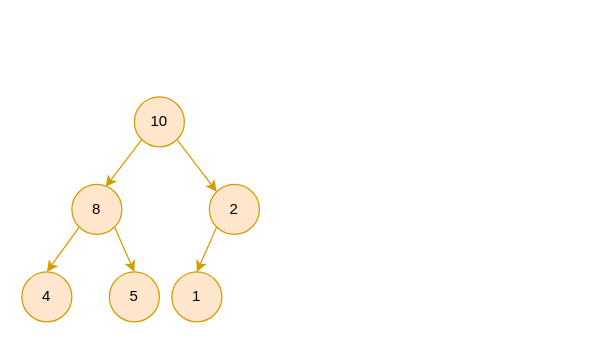
This is algorithm/堆.drawio from erlieStar/diagrams, a draw.io file, before an edit. Source tidied: cells renumbered, new cells numbered last; positions are measured from the earlier drawing's top-left corner, leaving out a move shared by most shapes. Both pictures are drawn from the tidied source at 125%, with x=0, y=0 at pixel (21, 96).
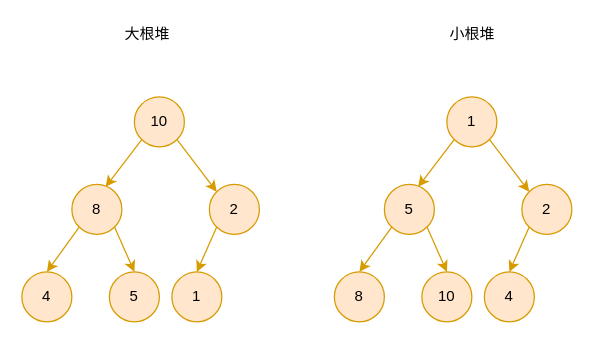
The same diagram, later.

The edit, as a diff of the source:
```diff
@@
+    <mxCell id="13" value="大根堆" style="text;html=1;align=center;verticalAlign=middle;strokeColor=none;" parent="1" vertex="1">
+      <mxGeometry x="75" y="-60" width="50" height="20" as="geometry" />
+    </mxCell>
+    <mxCell id="14" style="rounded=0;jettySize=auto;html=1;exitX=0;exitY=1;exitDx=0;exitDy=0;entryX=0.675;entryY=0.05;entryDx=0;entryDy=0;entryPerimeter=0;fillColor=#ffe6cc;strokeColor=#d79b00;" parent="1" edge="1" source="16" target="19">
+      <mxGeometry relative="1" as="geometry" />
+    </mxCell>
+    <mxCell id="15" style="edgeStyle=none;rounded=0;jettySize=auto;html=1;exitX=1;exitY=1;exitDx=0;exitDy=0;entryX=0;entryY=0;entryDx=0;entryDy=0;fillColor=#ffe6cc;strokeColor=#d79b00;" parent="1" edge="1" source="16" target="21">
+      <mxGeometry relative="1" as="geometry" />
+    </mxCell>
+    <mxCell id="16" value="1" style="ellipse;whiteSpace=wrap;html=1;fillColor=#ffe6cc;strokeColor=#d79b00;" parent="1" vertex="1">
+      <mxGeometry x="340" width="40" height="40" as="geometry" />
+    </mxCell>
+    <mxCell id="17" style="edgeStyle=none;rounded=0;jettySize=auto;html=1;exitX=0;exitY=1;exitDx=0;exitDy=0;entryX=0.5;entryY=0;entryDx=0;entryDy=0;fillColor=#ffe6cc;strokeColor=#d79b00;" parent="1" edge="1" source="19" target="22">
+      <mxGeometry relative="1" as="geometry" />
+    </mxCell>
+    <mxCell id="18" style="edgeStyle=none;rounded=0;jettySize=auto;html=1;exitX=1;exitY=1;exitDx=0;exitDy=0;entryX=0.5;entryY=0;entryDx=0;entryDy=0;fillColor=#ffe6cc;strokeColor=#d79b00;" parent="1" edge="1" source="19" target="23">
+      <mxGeometry relative="1" as="geometry" />
+    </mxCell>
+    <mxCell id="19" value="5" style="ellipse;whiteSpace=wrap;html=1;fillColor=#ffe6cc;strokeColor=#d79b00;" parent="1" vertex="1">
+      <mxGeometry x="290" y="70" width="40" height="40" as="geometry" />
+    </mxCell>
+    <mxCell id="20" style="rounded=0;jettySize=auto;html=1;exitX=0;exitY=1;exitDx=0;exitDy=0;entryX=0.5;entryY=0;entryDx=0;entryDy=0;fillColor=#ffe6cc;strokeColor=#d79b00;" parent="1" edge="1" source="21" target="24">
+      <mxGeometry relative="1" as="geometry" />
+    </mxCell>
+    <mxCell id="21" value="2" style="ellipse;whiteSpace=wrap;html=1;fillColor=#ffe6cc;strokeColor=#d79b00;" parent="1" vertex="1">
+      <mxGeometry x="400" y="70" width="40" height="40" as="geometry" />
+    </mxCell>
+    <mxCell id="22" value="8" style="ellipse;whiteSpace=wrap;html=1;fillColor=#ffe6cc;strokeColor=#d79b00;" parent="1" vertex="1">
+      <mxGeometry x="250" y="140" width="40" height="40" as="geometry" />
+    </mxCell>
+    <mxCell id="23" value="10" style="ellipse;whiteSpace=wrap;html=1;fillColor=#ffe6cc;strokeColor=#d79b00;" parent="1" vertex="1">
+      <mxGeometry x="320" y="140" width="40" height="40" as="geometry" />
+    </mxCell>
+    <mxCell id="24" value="4" style="ellipse;whiteSpace=wrap;html=1;fillColor=#ffe6cc;strokeColor=#d79b00;" parent="1" vertex="1">
+      <mxGeometry x="370" y="140" width="40" height="40" as="geometry" />
+    </mxCell>
+    <mxCell id="25" value="小根堆" style="text;html=1;align=center;verticalAlign=middle;strokeColor=none;" parent="1" vertex="1">
+      <mxGeometry x="335" y="-60" width="50" height="20" as="geometry" />
+    </mxCell>
```
